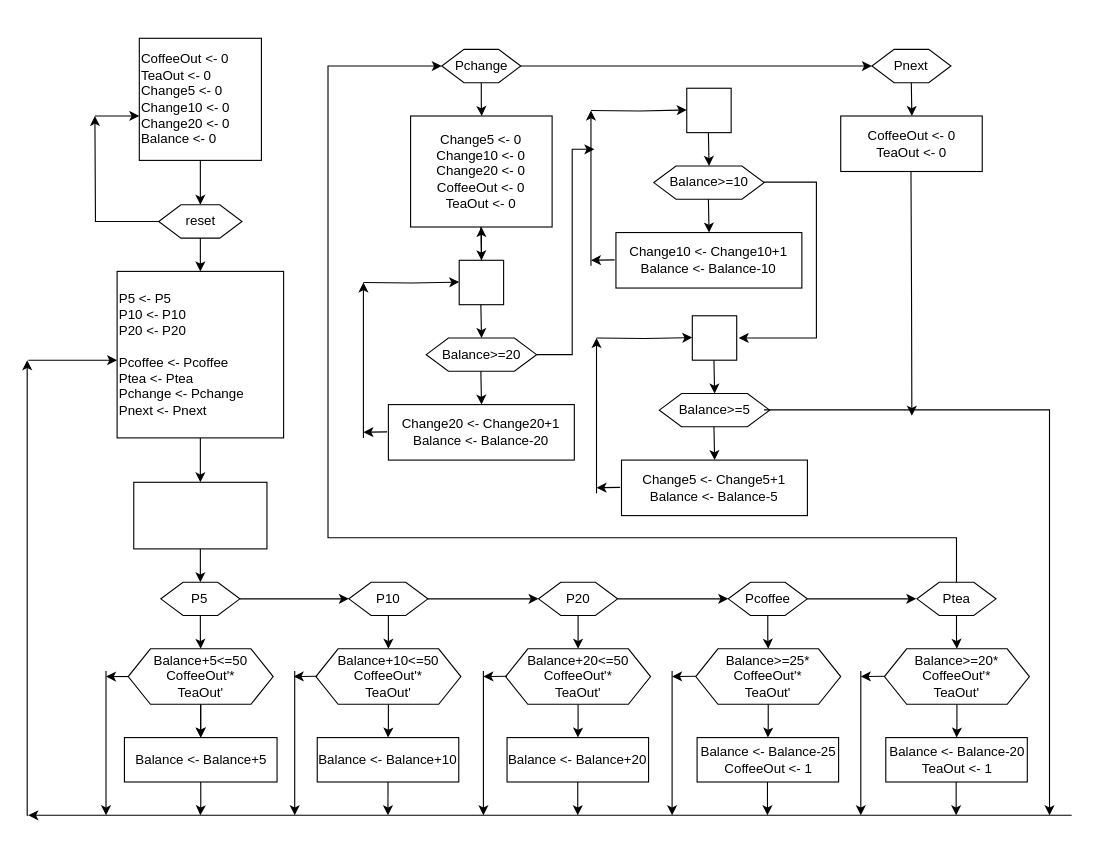
Earlier version of the draw.io diagram vending_machine.drawio (bookpanda/2110263-DIG-LOGIC-LAB-I). Source tidied: cells renumbered, new cells numbered last; positions are measured from the earlier drawing's top-left corner, leaving out a move shared by most shapes. Both pictures are drawn from the tidied source at 111%, with x=0, y=0 at pixel (27, 38).
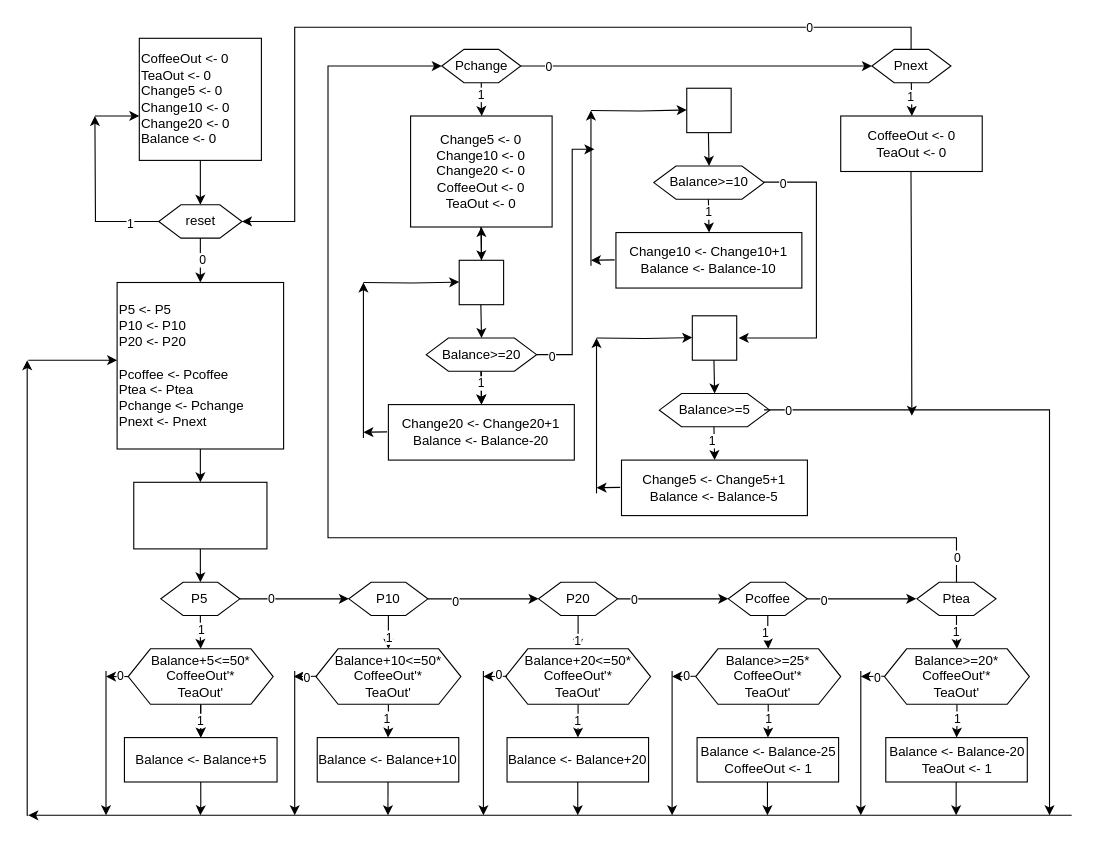
The same page after the edit.

Unchanged cells that the change refers to:
```xml
<mxCell id="4" style="edgeStyle=orthogonalEdgeStyle;rounded=0;jettySize=auto;html=1;" parent="1" edge="1" source="6">
<mxCell id="6" value="reset" style="shape=hexagon;perimeter=hexagonPerimeter2;whiteSpace=wrap;html=1;fixedSize=1;" parent="1" vertex="1">
<mxCell id="12" style="edgeStyle=orthogonalEdgeStyle;rounded=0;jettySize=auto;html=1;entryX=0;entryY=0.5;entryDx=0;entryDy=0;" parent="1" edge="1" source="14" target="23">
<mxCell id="13" style="edgeStyle=orthogonalEdgeStyle;rounded=0;jettySize=auto;html=1;" parent="1" edge="1" source="14" target="17">
<mxCell id="18" value="Balance &amp;lt;- Balance+5" style="whiteSpace=wrap;html=1;" parent="1" vertex="1">
<mxCell id="20" style="endArrow=classic;html=1;rounded=0;exitX=0;exitY=0.5;exitDx=0;exitDy=0;" parent="1" edge="1" source="17">
<mxCell id="21" style="edgeStyle=orthogonalEdgeStyle;rounded=0;jettySize=auto;html=1;entryX=0;entryY=0.5;entryDx=0;entryDy=0;" parent="1" edge="1" source="23" target="33">
<mxCell id="22" style="edgeStyle=orthogonalEdgeStyle;rounded=0;jettySize=auto;html=1;" parent="1" edge="1" source="23" target="25">
<mxCell id="24" style="edgeStyle=orthogonalEdgeStyle;rounded=0;jettySize=auto;html=1;" parent="1" edge="1" source="25" target="26">
<mxCell id="31" style="edgeStyle=orthogonalEdgeStyle;rounded=0;jettySize=auto;html=1;entryX=0;entryY=0.5;entryDx=0;entryDy=0;" parent="1" edge="1" source="33" target="39">
<mxCell id="32" style="edgeStyle=orthogonalEdgeStyle;rounded=0;jettySize=auto;html=1;" parent="1" edge="1" source="33" target="35">
<mxCell id="36" value="Balance &amp;lt;- Balance+20" style="whiteSpace=wrap;html=1;" parent="1" vertex="1">
<mxCell id="37" style="edgeStyle=orthogonalEdgeStyle;rounded=0;jettySize=auto;html=1;" parent="1" edge="1" source="39">
<mxCell id="38" style="edgeStyle=orthogonalEdgeStyle;rounded=0;jettySize=auto;html=1;" parent="1" edge="1" source="39" target="41">
<mxCell id="40" style="edgeStyle=orthogonalEdgeStyle;rounded=0;jettySize=auto;html=1;" parent="1" edge="1" source="41" target="42">
<mxCell id="45" style="endArrow=classic;html=1;rounded=0;exitX=0;exitY=0.5;exitDx=0;exitDy=0;" parent="1" edge="1">
<mxCell id="47" style="endArrow=classic;html=1;rounded=0;exitX=0;exitY=0.5;exitDx=0;exitDy=0;" parent="1" edge="1">
<mxCell id="50" style="endArrow=classic;html=1;rounded=0;exitX=0;exitY=0.5;exitDx=0;exitDy=0;" parent="1" edge="1">
<mxCell id="52" style="edgeStyle=orthogonalEdgeStyle;rounded=0;jettySize=auto;html=1;entryX=0;entryY=0.5;entryDx=0;entryDy=0;" parent="1" edge="1" source="54" target="63">
<mxCell id="53" style="edgeStyle=orthogonalEdgeStyle;rounded=0;jettySize=auto;html=1;" parent="1" edge="1" source="54" target="56">
<mxCell id="55" style="edgeStyle=orthogonalEdgeStyle;rounded=0;jettySize=auto;html=1;" parent="1" edge="1" source="56" target="57">
<mxCell id="59" style="endArrow=classic;html=1;rounded=0;exitX=0;exitY=0.5;exitDx=0;exitDy=0;" parent="1" edge="1">
<mxCell id="61" style="edgeStyle=orthogonalEdgeStyle;rounded=0;jettySize=auto;html=1;" parent="1" edge="1" source="63">
<mxCell id="62" style="edgeStyle=orthogonalEdgeStyle;rounded=0;jettySize=auto;html=1;" parent="1" edge="1" source="63">
<mxCell id="66" style="edgeStyle=orthogonalEdgeStyle;rounded=0;jettySize=auto;html=1;" parent="1" edge="1" source="67">
<mxCell id="67" value="Balance&amp;gt;=20" style="shape=hexagon;perimeter=hexagonPerimeter2;whiteSpace=wrap;html=1;fixedSize=1;" parent="1" vertex="1">
<mxCell id="69" style="edgeStyle=orthogonalEdgeStyle;rounded=0;orthogonalLoop=1;jettySize=auto;html=1;" parent="1" edge="1">
<mxCell id="70" value="Change20 &amp;lt;- Change20+1&lt;br&gt;Balance &amp;lt;- Balance-20" style="whiteSpace=wrap;html=1;" parent="1" vertex="1">
<mxCell id="78" style="edgeStyle=orthogonalEdgeStyle;rounded=0;orthogonalLoop=1;jettySize=auto;html=1;" parent="1" edge="1">
<mxCell id="86" style="edgeStyle=orthogonalEdgeStyle;rounded=0;orthogonalLoop=1;jettySize=auto;html=1;" parent="1" edge="1">
<mxCell id="92" style="edgeStyle=orthogonalEdgeStyle;rounded=0;orthogonalLoop=1;jettySize=auto;html=1;" parent="1" edge="1">
<mxCell id="93" style="edgeStyle=orthogonalEdgeStyle;rounded=0;orthogonalLoop=1;jettySize=auto;html=1;" parent="1" edge="1">
<mxCell id="95" style="edgeStyle=orthogonalEdgeStyle;rounded=0;orthogonalLoop=1;jettySize=auto;html=1;" parent="1" edge="1">
```

What changed in the source:
```diff
@@
+    <mxCell id="98" value="1" style="edgeLabel;html=1;align=center;verticalAlign=middle;" parent="4" vertex="1">
+      <mxGeometry x="-0.66" y="1" relative="1" as="geometry" />
+    </mxCell>
-    <mxCell id="5" style="edgeStyle=orthogonalEdgeStyle;rounded=0;jettySize=auto;html=1;exitX=0.5;exitY=1;exitDx=0;exitDy=0;" parent="1" edge="1" source="6">
-      <mxGeometry relative="1" as="geometry">
-        <mxPoint x="156" y="210" as="targetPoint" />
-      </mxGeometry>
+    <mxCell id="5" style="edgeStyle=orthogonalEdgeStyle;rounded=0;jettySize=auto;html=1;exitX=0.5;exitY=1;exitDx=0;exitDy=0;entryX=0.5;entryY=0;entryDx=0;entryDy=0;" parent="1" edge="1" source="6" target="9">
+      <mxGeometry relative="1" as="geometry" />
     </mxCell>
+    <mxCell id="99" value="0" style="edgeLabel;html=1;align=center;verticalAlign=middle;" parent="5" vertex="1">
+      <mxGeometry x="-0.03" y="1" relative="1" as="geometry" />
+    </mxCell>
@@
     <mxCell id="9" value="P5 &amp;lt;- P5&lt;br&gt;P10 &amp;lt;- P10&lt;br&gt;P20 &amp;lt;- P20&lt;br&gt;&lt;br&gt;Pcoffee &amp;lt;- Pcoffee&lt;br&gt;Ptea &amp;lt;- Ptea&lt;br&gt;&lt;div style=&quot;&quot;&gt;&lt;span style=&quot;background-color: initial;&quot;&gt;Pchange &amp;lt;- Pchange&lt;/span&gt;&lt;/div&gt;&lt;div style=&quot;&quot;&gt;&lt;span style=&quot;background-color: initial;&quot;&gt;Pnext &amp;lt;- Pnext&lt;br&gt;&lt;/span&gt;&lt;/div&gt;" style="whiteSpace=wrap;html=1;align=left;" parent="1" vertex="1">
-      <mxGeometry x="81" y="210" width="150" height="150" as="geometry" />
+      <mxGeometry x="81" y="220" width="150" height="150" as="geometry" />
     </mxCell>
@@
+    <mxCell id="100" value="0" style="edgeLabel;html=1;align=center;verticalAlign=middle;" parent="12" vertex="1">
+      <mxGeometry x="-0.43" y="1" relative="1" as="geometry" />
+    </mxCell>
@@
+    <mxCell id="101" value="1" style="edgeLabel;html=1;align=center;verticalAlign=middle;" parent="13" vertex="1">
+      <mxGeometry x="-0.32" relative="1" as="geometry">
+        <mxPoint y="2" as="offset" />
+      </mxGeometry>
+    </mxCell>
@@
-    <mxCell id="16" style="edgeStyle=orthogonalEdgeStyle;rounded=0;jettySize=auto;html=1;" parent="1" edge="1" source="17" target="18">
+    <mxCell id="16" value="1" style="edgeStyle=orthogonalEdgeStyle;rounded=0;jettySize=auto;html=1;" parent="1" edge="1" source="17" target="18">
       <mxGeometry relative="1" as="geometry" />
     </mxCell>
-    <mxCell id="17" value="Balance+5&amp;lt;=50&lt;br&gt;CoffeeOut'*&lt;br&gt;TeaOut'" style="shape=hexagon;perimeter=hexagonPerimeter2;whiteSpace=wrap;html=1;fixedSize=1;" parent="1" vertex="1">
+    <mxCell id="17" value="Balance+5&amp;lt;=50*&lt;br&gt;CoffeeOut'*&lt;br&gt;TeaOut'" style="shape=hexagon;perimeter=hexagonPerimeter2;whiteSpace=wrap;html=1;fixedSize=1;" parent="1" vertex="1">
       <mxGeometry x="91" y="550" width="130.6" height="50" as="geometry" />
     </mxCell>
@@
+    <mxCell id="102" value="0" style="edgeLabel;html=1;align=center;verticalAlign=middle;" parent="20" vertex="1">
+      <mxGeometry x="-0.22" y="-1" relative="1" as="geometry" />
+    </mxCell>
@@
+    <mxCell id="103" value="0" style="edgeLabel;html=1;align=center;verticalAlign=middle;" parent="21" vertex="1">
+      <mxGeometry x="-0.52" y="-2" relative="1" as="geometry" />
+    </mxCell>
@@
+    <mxCell id="104" value="1" style="edgeLabel;html=1;align=center;verticalAlign=middle;" parent="22" vertex="1">
+      <mxGeometry x="-0.31" relative="1" as="geometry">
+        <mxPoint y="2" as="offset" />
+      </mxGeometry>
+    </mxCell>
@@
+    <mxCell id="105" value="1" style="edgeLabel;html=1;align=center;verticalAlign=middle;" parent="24" vertex="1">
+      <mxGeometry x="-0.2" y="-2" relative="1" as="geometry" />
+    </mxCell>
-    <mxCell id="25" value="Balance+10&amp;lt;=50&lt;br&gt;CoffeeOut'*&lt;br&gt;TeaOut'" style="shape=hexagon;perimeter=hexagonPerimeter2;whiteSpace=wrap;html=1;fixedSize=1;" parent="1" vertex="1">
+    <mxCell id="25" value="Balance+10&amp;lt;=50*&lt;br&gt;CoffeeOut'*&lt;br&gt;TeaOut'" style="shape=hexagon;perimeter=hexagonPerimeter2;whiteSpace=wrap;html=1;fixedSize=1;" parent="1" vertex="1">
       <mxGeometry x="260.1" y="550" width="130.6" height="50" as="geometry" />
     </mxCell>
@@
+    <mxCell id="106" value="0" style="edgeLabel;html=1;align=center;verticalAlign=middle;" parent="31" vertex="1">
+      <mxGeometry x="-0.69" relative="1" as="geometry" />
+    </mxCell>
@@
+    <mxCell id="107" value="1" style="edgeLabel;html=1;align=center;verticalAlign=middle;" parent="32" vertex="1">
+      <mxGeometry x="-0.17" y="1" relative="1" as="geometry">
+        <mxPoint y="3" as="offset" />
+      </mxGeometry>
+    </mxCell>
@@
-    <mxCell id="34" style="edgeStyle=orthogonalEdgeStyle;rounded=0;jettySize=auto;html=1;" parent="1" edge="1" source="35" target="36">
+    <mxCell id="34" value="1" style="edgeStyle=orthogonalEdgeStyle;rounded=0;jettySize=auto;html=1;" parent="1" edge="1" source="35" target="36">
       <mxGeometry relative="1" as="geometry" />
     </mxCell>
-    <mxCell id="35" value="Balance+20&amp;lt;=50&lt;br&gt;CoffeeOut'*&lt;br&gt;TeaOut'" style="shape=hexagon;perimeter=hexagonPerimeter2;whiteSpace=wrap;html=1;fixedSize=1;" parent="1" vertex="1">
+    <mxCell id="35" value="Balance+20&amp;lt;=50*&lt;br&gt;CoffeeOut'*&lt;br&gt;TeaOut'" style="shape=hexagon;perimeter=hexagonPerimeter2;whiteSpace=wrap;html=1;fixedSize=1;" parent="1" vertex="1">
       <mxGeometry x="431" y="550" width="130.6" height="50" as="geometry" />
     </mxCell>
@@
+    <mxCell id="108" value="0" style="edgeLabel;html=1;align=center;verticalAlign=middle;" parent="37" vertex="1">
+      <mxGeometry x="-0.7" y="-1" relative="1" as="geometry" />
+    </mxCell>
@@
+    <mxCell id="109" value="1" style="edgeLabel;html=1;align=center;verticalAlign=middle;" parent="38" vertex="1">
+      <mxGeometry x="-0.21" y="-2" relative="1" as="geometry">
+        <mxPoint x="-1" y="3" as="offset" />
+      </mxGeometry>
+    </mxCell>
@@
+    <mxCell id="110" value="1" style="edgeLabel;html=1;align=center;verticalAlign=middle;" parent="40" vertex="1">
+      <mxGeometry x="-0.2" relative="1" as="geometry" />
+    </mxCell>
@@
+    <mxCell id="111" value="0" style="edgeLabel;html=1;align=center;verticalAlign=middle;" parent="45" vertex="1">
+      <mxGeometry x="-0.07" y="1" relative="1" as="geometry" />
+    </mxCell>
@@
+    <mxCell id="112" value="0" style="edgeLabel;html=1;align=center;verticalAlign=middle;" parent="47" vertex="1">
+      <mxGeometry x="-0.29" y="-1" relative="1" as="geometry" />
+    </mxCell>
@@
+    <mxCell id="113" value="0" style="edgeLabel;html=1;align=center;verticalAlign=middle;" parent="50" vertex="1">
+      <mxGeometry x="-0.17" relative="1" as="geometry" />
+    </mxCell>
@@
+    <mxCell id="114" value="0" style="edgeLabel;html=1;align=center;verticalAlign=middle;" parent="52" vertex="1">
+      <mxGeometry x="-0.96" relative="1" as="geometry" />
+    </mxCell>
@@
+    <mxCell id="115" value="1" style="edgeLabel;html=1;align=center;verticalAlign=middle;" parent="53" vertex="1">
+      <mxGeometry x="-0.26" y="-1" relative="1" as="geometry">
+        <mxPoint y="3" as="offset" />
+      </mxGeometry>
+    </mxCell>
@@
+    <mxCell id="116" value="1" style="edgeLabel;html=1;align=center;verticalAlign=middle;" parent="55" vertex="1">
+      <mxGeometry x="-0.24" relative="1" as="geometry" />
+    </mxCell>
@@
+    <mxCell id="117" value="0" style="edgeLabel;html=1;align=center;verticalAlign=middle;" parent="59" vertex="1">
+      <mxGeometry x="-0.38" y="1" relative="1" as="geometry" />
+    </mxCell>
@@
+    <mxCell id="118" value="0" style="edgeLabel;html=1;align=center;verticalAlign=middle;" parent="61" vertex="1">
+      <mxGeometry x="-0.84" relative="1" as="geometry" />
+    </mxCell>
@@
+    <mxCell id="119" value="1" style="edgeLabel;html=1;align=center;verticalAlign=middle;" parent="62" vertex="1">
+      <mxGeometry x="-0.38" y="-1" relative="1" as="geometry" />
+    </mxCell>
@@
+    <mxCell id="120" value="0" style="edgeLabel;html=1;align=center;verticalAlign=middle;" parent="66" vertex="1">
+      <mxGeometry x="-0.88" y="-1" relative="1" as="geometry" />
+    </mxCell>
+    <mxCell id="121" style="edgeStyle=orthogonalEdgeStyle;rounded=0;jettySize=auto;html=1;" parent="1" edge="1" source="67" target="70">
+      <mxGeometry relative="1" as="geometry" />
+    </mxCell>
@@
+    <mxCell id="122" value="1" style="edgeLabel;html=1;align=center;verticalAlign=middle;" parent="69" vertex="1">
+      <mxGeometry x="-0.24" relative="1" as="geometry" />
+    </mxCell>
@@
+    <mxCell id="123" value="1" style="edgeLabel;html=1;align=center;verticalAlign=middle;" parent="78" vertex="1">
+      <mxGeometry x="-0.18" relative="1" as="geometry" />
+    </mxCell>
@@
+    <mxCell id="124" value="1" style="edgeLabel;html=1;align=center;verticalAlign=middle;" parent="86" vertex="1">
+      <mxGeometry x="-0.19" y="-2" relative="1" as="geometry" />
+    </mxCell>
@@
+    <mxCell id="125" value="0" style="edgeLabel;html=1;align=center;verticalAlign=middle;" parent="92" vertex="1">
+      <mxGeometry x="-0.87" y="-1" relative="1" as="geometry" />
+    </mxCell>
@@
+    <mxCell id="126" value="0" style="edgeLabel;html=1;align=center;verticalAlign=middle;" parent="93" vertex="1">
+      <mxGeometry x="-0.93" y="-1" relative="1" as="geometry" />
+    </mxCell>
@@
+    <mxCell id="127" value="1" style="edgeLabel;html=1;align=center;verticalAlign=middle;" parent="95" vertex="1">
+      <mxGeometry x="-0.2" y="-1" relative="1" as="geometry" />
+    </mxCell>
@@
+    <mxCell id="128" style="edgeStyle=orthogonalEdgeStyle;rounded=0;jettySize=auto;html=1;entryX=1;entryY=0.5;entryDx=0;entryDy=0;" parent="1" edge="1" target="6">
+      <mxGeometry relative="1" as="geometry">
+        <mxPoint x="796.3" y="10" as="sourcePoint" />
+        <Array as="points">
+          <mxPoint x="796" y="-10" />
+          <mxPoint x="241" y="-10" />
+          <mxPoint x="241" y="165" />
+        </Array>
+      </mxGeometry>
+    </mxCell>
+    <mxCell id="129" value="0" style="edgeLabel;html=1;align=center;verticalAlign=middle;" parent="128" vertex="1">
+      <mxGeometry x="-0.72" relative="1" as="geometry" />
+    </mxCell>
```
